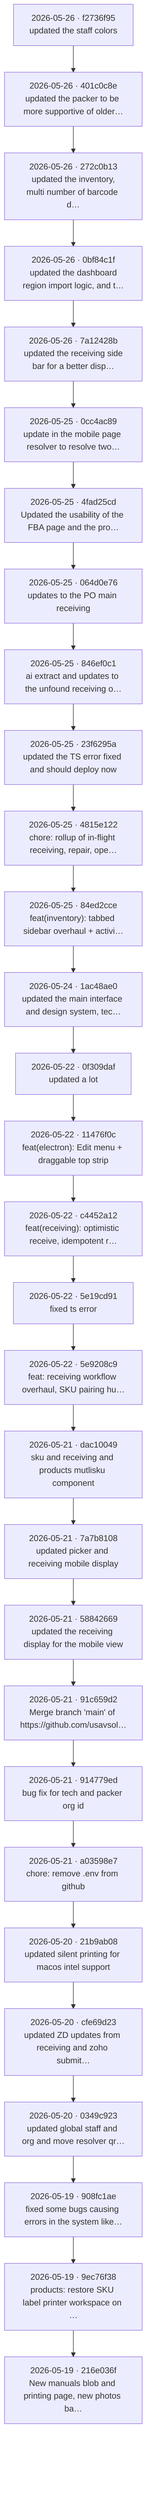
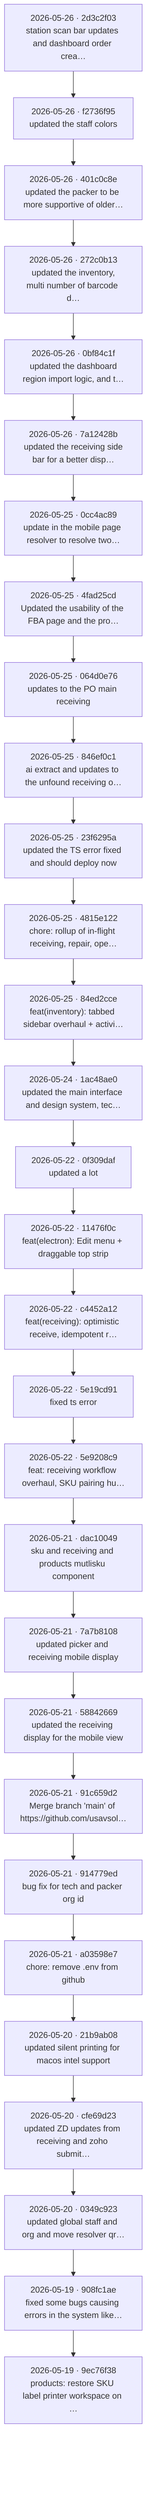
flowchart TB
-   c0["2026-05-26 · f2736f95<br/>updated the staff colors"]
-   c1["2026-05-26 · 401c0c8e<br/>updated the packer to be more supportive of older…"]
+   c0["2026-05-26 · 2d3c2f03<br/>station scan bar updates and dashboard order crea…"]
+   c1["2026-05-26 · f2736f95<br/>updated the staff colors"]
  c0 --> c1
-   c2["2026-05-26 · 272c0b13<br/> updated the inventory, multi number of barcode d…"]
+   c2["2026-05-26 · 401c0c8e<br/>updated the packer to be more supportive of older…"]
  c1 --> c2
-   c3["2026-05-26 · 0bf84c1f<br/> updated the dashboard region import logic, and t…"]
+   c3["2026-05-26 · 272c0b13<br/> updated the inventory, multi number of barcode d…"]
  c2 --> c3
-   c4["2026-05-26 · 7a12428b<br/> updated the receiving side bar for a better disp…"]
+   c4["2026-05-26 · 0bf84c1f<br/> updated the dashboard region import logic, and t…"]
  c3 --> c4
-   c5["2026-05-25 · 0cc4ac89<br/>update in the mobile page resolver to resolve two…"]
+   c5["2026-05-26 · 7a12428b<br/> updated the receiving side bar for a better disp…"]
  c4 --> c5
-   c6["2026-05-25 · 4fad25cd<br/>Updated the usability of the FBA page and the pro…"]
+   c6["2026-05-25 · 0cc4ac89<br/>update in the mobile page resolver to resolve two…"]
  c5 --> c6
-   c7["2026-05-25 · 064d0e76<br/>updates to the PO main receiving"]
+   c7["2026-05-25 · 4fad25cd<br/>Updated the usability of the FBA page and the pro…"]
  c6 --> c7
-   c8["2026-05-25 · 846ef0c1<br/>ai extract and updates to the unfound receiving o…"]
+   c8["2026-05-25 · 064d0e76<br/>updates to the PO main receiving"]
  c7 --> c8
-   c9["2026-05-25 · 23f6295a<br/>updated the TS error fixed and should deploy now"]
+   c9["2026-05-25 · 846ef0c1<br/>ai extract and updates to the unfound receiving o…"]
  c8 --> c9
-   c10["2026-05-25 · 4815e122<br/>chore: rollup of in-flight receiving, repair, ope…"]
+   c10["2026-05-25 · 23f6295a<br/>updated the TS error fixed and should deploy now"]
  c9 --> c10
-   c11["2026-05-25 · 84ed2cce<br/>feat(inventory): tabbed sidebar overhaul + activi…"]
+   c11["2026-05-25 · 4815e122<br/>chore: rollup of in-flight receiving, repair, ope…"]
  c10 --> c11
-   c12["2026-05-24 · 1ac48ae0<br/>updated the main interface and design system, tec…"]
+   c12["2026-05-25 · 84ed2cce<br/>feat(inventory): tabbed sidebar overhaul + activi…"]
  c11 --> c12
-   c13["2026-05-22 · 0f309daf<br/>updated a lot"]
+   c13["2026-05-24 · 1ac48ae0<br/>updated the main interface and design system, tec…"]
  c12 --> c13
-   c14["2026-05-22 · 11476f0c<br/>feat(electron): Edit menu + draggable top strip"]
+   c14["2026-05-22 · 0f309daf<br/>updated a lot"]
  c13 --> c14
-   c15["2026-05-22 · c4452a12<br/>feat(receiving): optimistic receive, idempotent r…"]
+   c15["2026-05-22 · 11476f0c<br/>feat(electron): Edit menu + draggable top strip"]
  c14 --> c15
-   c16["2026-05-22 · 5e19cd91<br/>fixed ts error"]
+   c16["2026-05-22 · c4452a12<br/>feat(receiving): optimistic receive, idempotent r…"]
  c15 --> c16
-   c17["2026-05-22 · 5e9208c9<br/>feat: receiving workflow overhaul, SKU pairing hu…"]
+   c17["2026-05-22 · 5e19cd91<br/>fixed ts error"]
  c16 --> c17
-   c18["2026-05-21 · dac10049<br/>sku and receiving and products mutlisku component"]
+   c18["2026-05-22 · 5e9208c9<br/>feat: receiving workflow overhaul, SKU pairing hu…"]
  c17 --> c18
-   c19["2026-05-21 · 7a7b8108<br/>updated picker and receiving mobile display"]
+   c19["2026-05-21 · dac10049<br/>sku and receiving and products mutlisku component"]
  c18 --> c19
-   c20["2026-05-21 · 58842669<br/>updated the receiving display for the mobile view"]
+   c20["2026-05-21 · 7a7b8108<br/>updated picker and receiving mobile display"]
  c19 --> c20
-   c21["2026-05-21 · 91c659d2<br/>Merge branch 'main' of https://github.com/usavsol…"]
+   c21["2026-05-21 · 58842669<br/>updated the receiving display for the mobile view"]
  c20 --> c21
-   c22["2026-05-21 · 914779ed<br/>bug fix for tech and packer org id"]
+   c22["2026-05-21 · 91c659d2<br/>Merge branch 'main' of https://github.com/usavsol…"]
  c21 --> c22
-   c23["2026-05-21 · a03598e7<br/>chore: remove .env from github"]
+   c23["2026-05-21 · 914779ed<br/>bug fix for tech and packer org id"]
  c22 --> c23
-   c24["2026-05-20 · 21b9ab08<br/>updated silent printing for macos intel support"]
+   c24["2026-05-21 · a03598e7<br/>chore: remove .env from github"]
  c23 --> c24
-   c25["2026-05-20 · cfe69d23<br/>updated ZD updates from receiving and zoho submit…"]
+   c25["2026-05-20 · 21b9ab08<br/>updated silent printing for macos intel support"]
  c24 --> c25
-   c26["2026-05-20 · 0349c923<br/>updated global staff and org and move resolver qr…"]
+   c26["2026-05-20 · cfe69d23<br/>updated ZD updates from receiving and zoho submit…"]
  c25 --> c26
-   c27["2026-05-19 · 908fc1ae<br/>fixed some bugs causing errors in the system like…"]
+   c27["2026-05-20 · 0349c923<br/>updated global staff and org and move resolver qr…"]
  c26 --> c27
-   c28["2026-05-19 · 9ec76f38<br/>products: restore SKU label printer workspace on …"]
+   c28["2026-05-19 · 908fc1ae<br/>fixed some bugs causing errors in the system like…"]
  c27 --> c28
-   c29["2026-05-19 · 216e036f<br/>New manuals blob and printing page, new photos ba…"]
+   c29["2026-05-19 · 9ec76f38<br/>products: restore SKU label printer workspace on …"]
  c28 --> c29